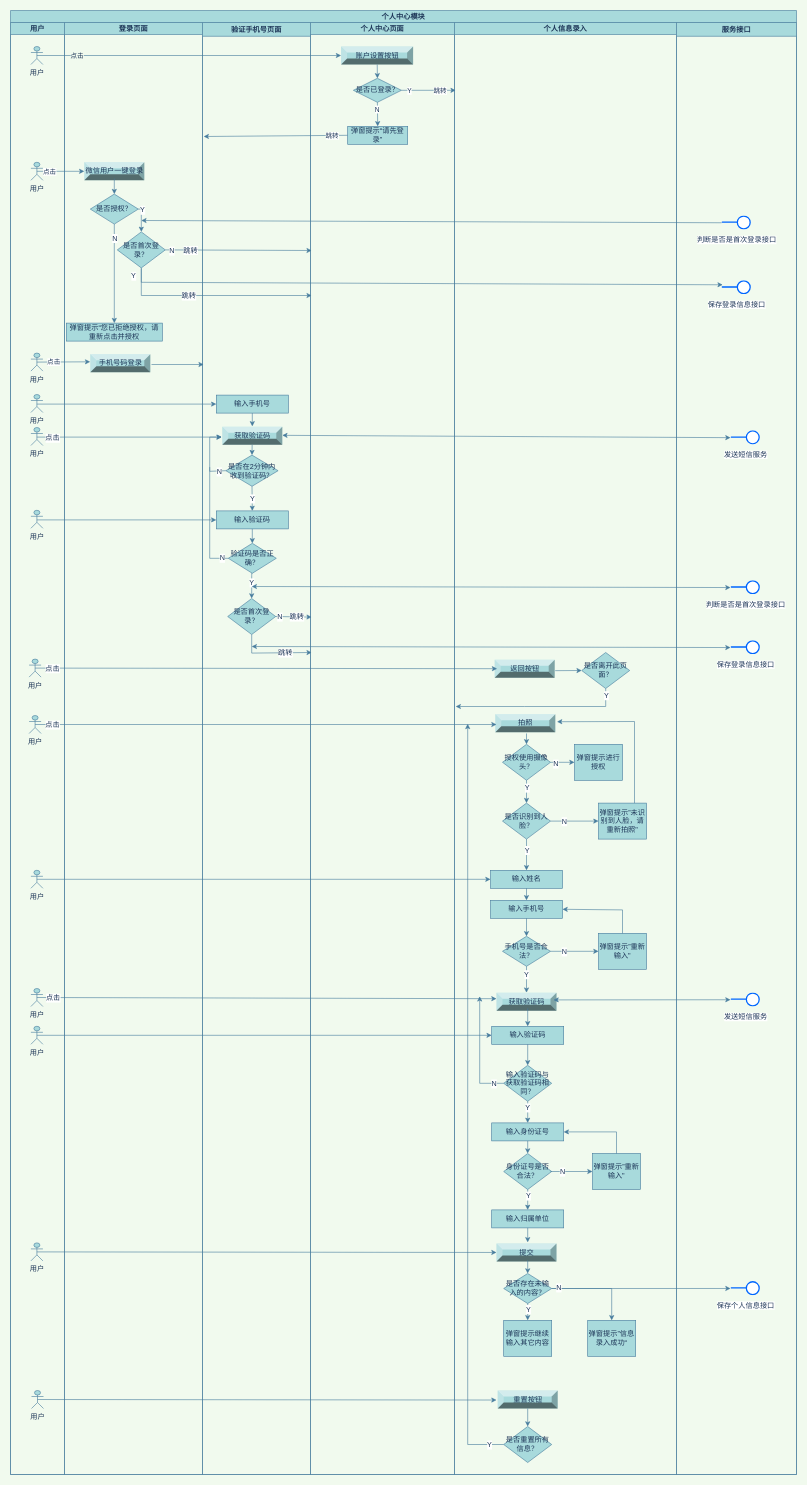
The draw.io diagram page "个人中心" (2 of 9) of Untitled Diagram.drawio in LXX1029/process, before the edit. Source tidied: cells renumbered, new cells numbered last; positions are measured from the earlier drawing's top-left corner, leaving out a move shared by most shapes. Both pictures are drawn from the tidied source at 60%, with x=0, y=0 at pixel (10, 10).
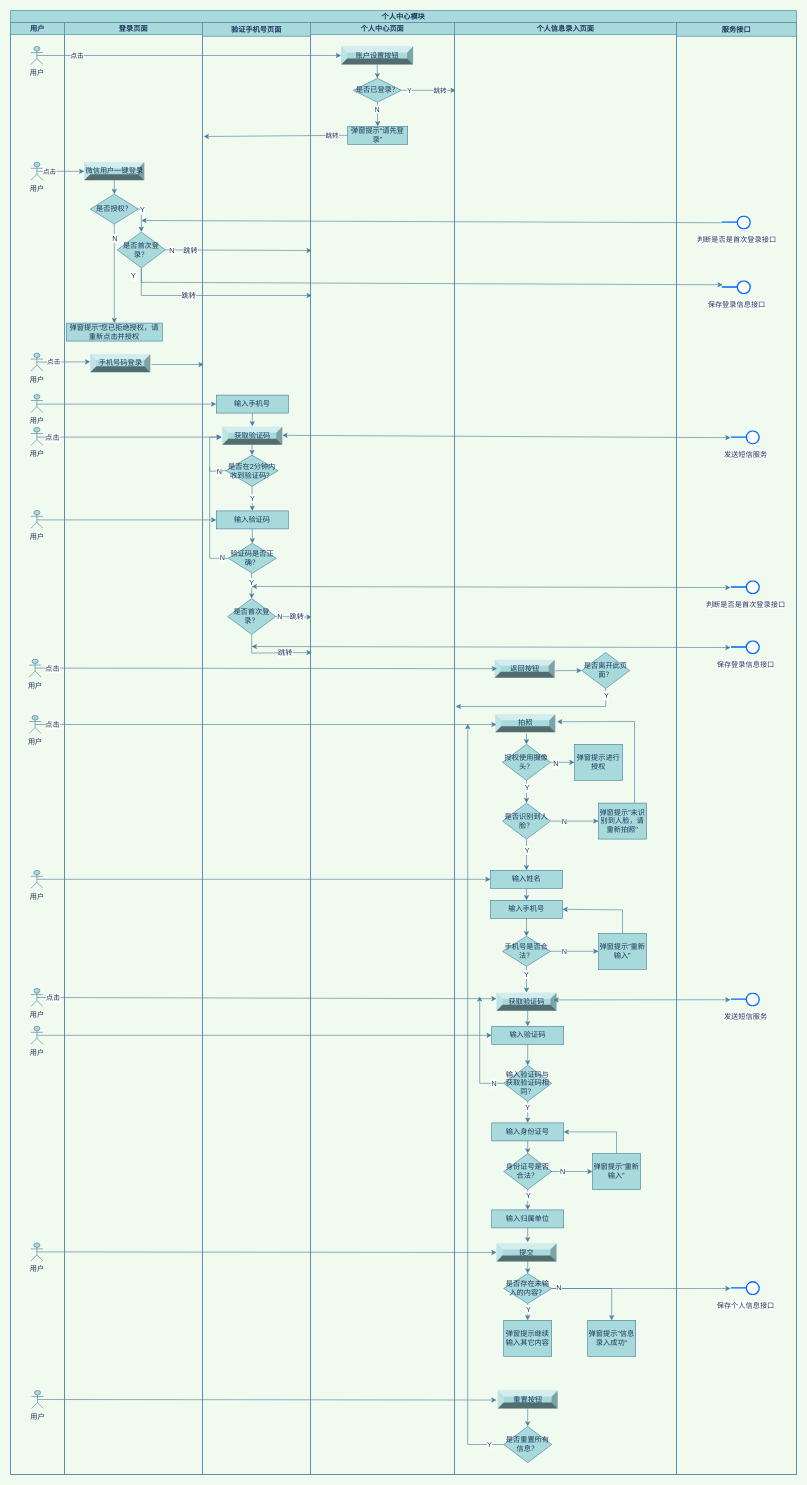
The same diagram, later.

The change refers to these unchanged cells:
```xml
<mxCell id="4" value="个人中心模块" style="swimlane;startSize=20;rounded=0;sketch=0;fontColor=#1D3557;strokeColor=#457B9D;fillColor=#A8DADC;" parent="1" vertex="1">
  <mxGeometry width="1310" height="2440" as="geometry" />
</mxCell>
```

The edit, as a diff of the source:
```diff
@@
-    <mxCell id="41" value="个人信息录入" style="swimlane;startSize=20;rounded=0;sketch=0;fontColor=#1D3557;strokeColor=#457B9D;fillColor=#A8DADC;" parent="4" vertex="1">
+    <mxCell id="41" value="个人信息录入页面" style="swimlane;startSize=20;rounded=0;sketch=0;fontColor=#1D3557;strokeColor=#457B9D;fillColor=#A8DADC;" parent="4" vertex="1">
       <mxGeometry x="740" y="20" width="370" height="2420" as="geometry" />
     </mxCell>
```
